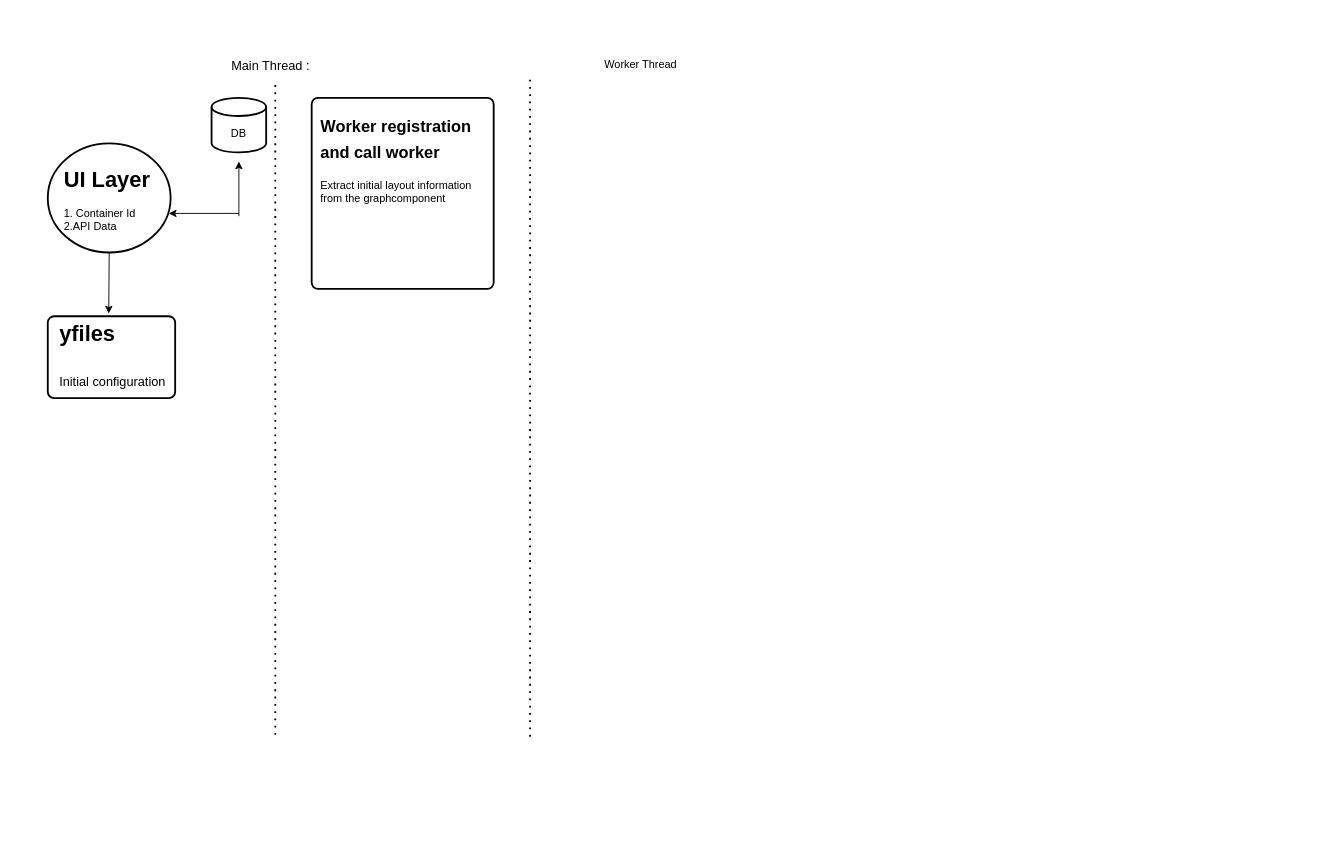
This is Untitled Diagram.drawio from AN321657/disqus, a draw.io file, before an edit. Source tidied: cells renumbered, new cells numbered last; positions are measured from the earlier drawing's top-left corner, leaving out a move shared by most shapes. Both pictures are drawn from the tidied source at 91%, with x=0, y=0 at pixel (47, 52).
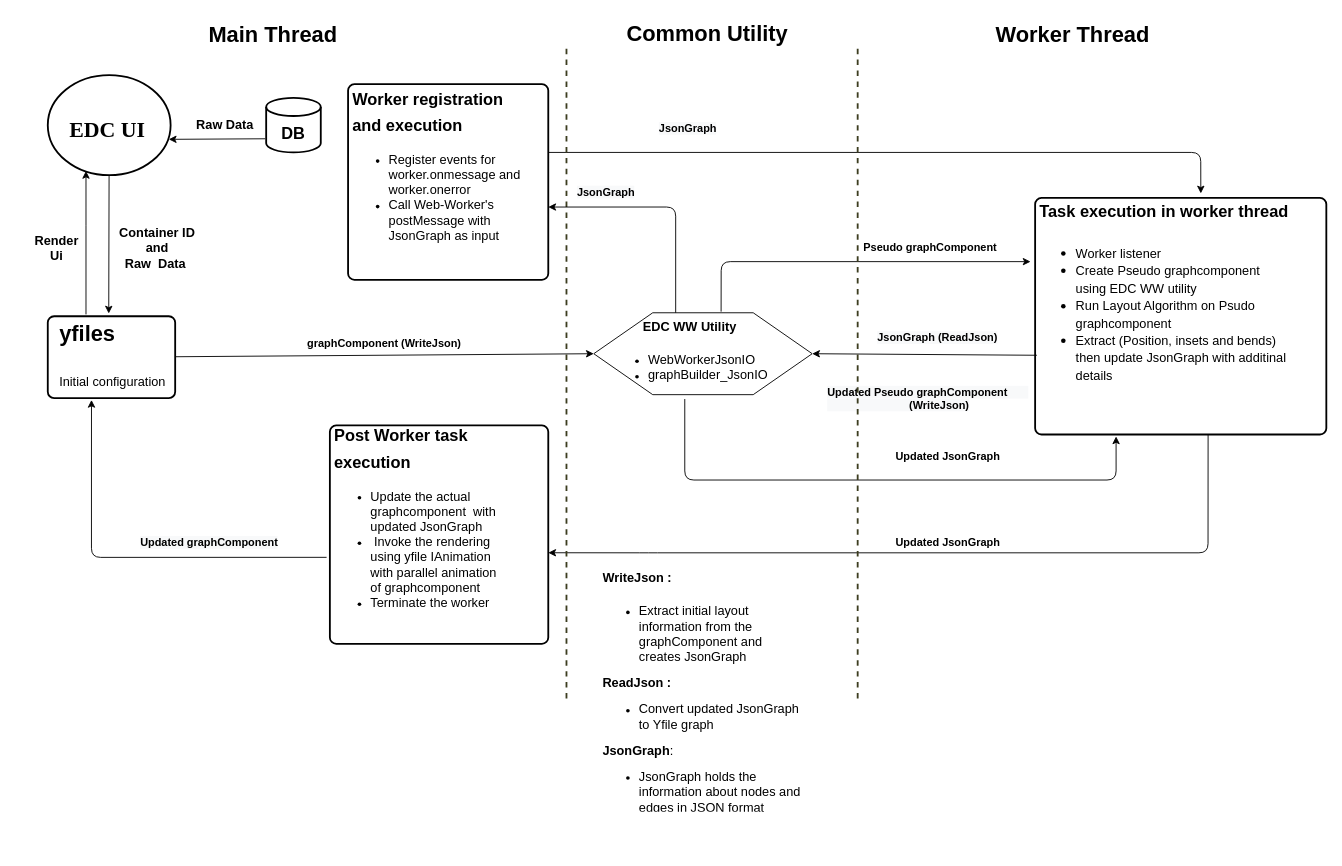
The same diagram, later.

The change refers to these unchanged cells:
```xml
<mxCell id="11" value="&lt;h1&gt;yfiles&lt;br&gt;&lt;br&gt;&lt;div style=&quot;box-sizing: border-box ; font-family: &amp;#34;segoe ui&amp;#34; , , &amp;#34;apple color emoji&amp;#34; , &amp;#34;segoe ui emoji&amp;#34; , sans-serif ; font-size: 14px ; font-weight: 400&quot;&gt;Initial configuration&lt;/div&gt;&lt;div style=&quot;box-sizing: border-box ; font-family: &amp;#34;segoe ui&amp;#34; , , &amp;#34;apple color emoji&amp;#34; , &amp;#34;segoe ui emoji&amp;#34; , sans-serif ; font-size: 14px ; font-weight: 400&quot;&gt;&lt;br&gt;&lt;/div&gt;&lt;/h1&gt;" style="text;html=1;strokeColor=none;fillColor=none;spacing=5;spacingTop=-20;whiteSpace=wrap;overflow=hidden;rounded=0;" parent="1" vertex="1">
  <mxGeometry x="7.5" y="290" width="132.5" height="90" as="geometry" />
</mxCell>
```

Change to the diagram source:
```diff
@@
-    <mxCell id="2" style="endArrow=none;dashed=1;html=1;dashPattern=1 3;strokeWidth=2;" parent="1" edge="1">
-      <mxGeometry relative="1" as="geometry">
-        <mxPoint x="250" y="750" as="sourcePoint" />
-        <mxPoint x="250" y="30" as="targetPoint" />
-      </mxGeometry>
-    </mxCell>
-    <mxCell id="3" style="endArrow=none;dashed=1;html=1;dashPattern=1 3;strokeWidth=2;" parent="1" edge="1">
-      <mxGeometry relative="1" as="geometry">
-        <mxPoint x="530" y="752" as="sourcePoint" />
-        <mxPoint x="530" y="30" as="targetPoint" />
-      </mxGeometry>
-    </mxCell>
-    <mxCell id="4" value="&lt;div style=&quot;text-align: center&quot;&gt;&lt;span&gt;&lt;font face=&quot;helvetica&quot;&gt;Worker Thread&lt;/font&gt;&lt;/span&gt;&lt;/div&gt;" style="text;whiteSpace=wrap;html=1;" parent="1" vertex="1">
-      <mxGeometry x="610" width="110" height="30" as="geometry" />
+    <mxCell id="4" value="&lt;div style=&quot;text-align: center&quot;&gt;&lt;span&gt;&lt;font face=&quot;helvetica&quot; style=&quot;font-size: 24px&quot;&gt;&lt;b&gt;Worker Thread&lt;/b&gt;&lt;/font&gt;&lt;/span&gt;&lt;/div&gt;" style="text;whiteSpace=wrap;html=1;" parent="1" vertex="1">
+      <mxGeometry x="1040" y="-40" width="230" height="30" as="geometry" />
     </mxCell>
     <mxCell id="5" style="strokeWidth=2;html=1;shape=mxgraph.flowchart.start_2;whiteSpace=wrap;" parent="1" vertex="1">
-      <mxGeometry y="100" width="135" height="120" as="geometry" />
+      <mxGeometry y="25" width="135" height="110" as="geometry" />
     </mxCell>
-    <mxCell id="6" value="&lt;div style=&quot;box-sizing: border-box; font-size: 14px; font-style: normal; font-weight: 400; letter-spacing: normal; text-indent: 0px; text-transform: none; word-spacing: 0px;&quot;&gt;Main Thread :&amp;nbsp;&lt;/div&gt;" style="text;whiteSpace=wrap;html=1;" parent="1" vertex="1">
-      <mxGeometry x="200" width="120" height="30" as="geometry" />
+    <mxCell id="6" value="&lt;div style=&quot;box-sizing: border-box ; font-style: normal ; letter-spacing: normal ; text-indent: 0px ; text-transform: none ; word-spacing: 0px&quot;&gt;&lt;font style=&quot;font-size: 24px&quot;&gt;&lt;b&gt;Main Thread&amp;nbsp;&lt;/b&gt;&lt;/font&gt;&lt;/div&gt;" style="text;whiteSpace=wrap;html=1;" parent="1" vertex="1">
+      <mxGeometry x="175" y="-40" width="220" height="30" as="geometry" />
     </mxCell>
@@
     <mxCell id="8" style="strokeWidth=2;html=1;shape=mxgraph.flowchart.database;whiteSpace=wrap;" parent="1" vertex="1">
-      <mxGeometry x="180" y="50" width="60" height="60" as="geometry" />
+      <mxGeometry x="240" y="50" width="60" height="60" as="geometry" />
     </mxCell>
-    <mxCell id="9" style="endArrow=classic;html=1;" parent="1" edge="1">
-      <mxGeometry relative="1" as="geometry">
-        <mxPoint x="210" y="180" as="sourcePoint" />
-        <mxPoint x="210" y="120" as="targetPoint" />
-      </mxGeometry>
-    </mxCell>
-    <mxCell id="10" style="endArrow=classic;html=1;entryX=0.985;entryY=0.642;entryDx=0;entryDy=0;entryPerimeter=0;" parent="1" edge="1" target="5">
-      <mxGeometry relative="1" as="geometry">
-        <mxPoint x="210" y="177" as="sourcePoint" />
-      </mxGeometry>
+    <mxCell id="10" style="endArrow=classic;html=1;entryX=0.985;entryY=0.642;entryDx=0;entryDy=0;entryPerimeter=0;exitX=-0.017;exitY=0.75;exitDx=0;exitDy=0;exitPerimeter=0;" parent="1" edge="1" source="8" target="5">
+      <mxGeometry relative="1" as="geometry" />
     </mxCell>
@@
-    <mxCell id="12" value="&lt;h1&gt;UI Layer&lt;/h1&gt;&lt;p&gt;&lt;span style=&quot;text-align: center&quot;&gt;1. Container Id&lt;/span&gt;&lt;br style=&quot;text-align: center&quot;&gt;&lt;span style=&quot;text-align: center&quot;&gt;2.API Data&amp;nbsp;&lt;/span&gt;&lt;br&gt;&lt;/p&gt;" style="text;html=1;strokeColor=none;fillColor=none;spacing=5;spacingTop=-20;whiteSpace=wrap;overflow=hidden;rounded=0;" parent="1" vertex="1">
-      <mxGeometry x="12.5" y="120" width="110" height="90" as="geometry" />
+    <mxCell id="12" value="&lt;h1&gt;&lt;font face=&quot;Times New Roman&quot;&gt;EDC UI&lt;/font&gt;&lt;/h1&gt;" style="text;html=1;strokeColor=none;fillColor=none;spacing=5;spacingTop=-20;whiteSpace=wrap;overflow=hidden;rounded=0;" parent="1" vertex="1">
+      <mxGeometry x="18.8" y="65" width="110" height="30" as="geometry" />
     </mxCell>
-    <mxCell id="13" value="DB" style="text;html=1;strokeColor=none;fillColor=none;align=center;verticalAlign=middle;whiteSpace=wrap;rounded=0;" parent="1" vertex="1">
-      <mxGeometry x="190" y="80" width="40" height="20" as="geometry" />
+    <mxCell id="13" value="&lt;b&gt;&lt;font style=&quot;font-size: 18px&quot;&gt;DB&lt;/font&gt;&lt;/b&gt;" style="text;html=1;strokeColor=none;fillColor=none;align=center;verticalAlign=middle;whiteSpace=wrap;rounded=0;" parent="1" vertex="1">
+      <mxGeometry x="250" y="80" width="40" height="20" as="geometry" />
     </mxCell>
-    <mxCell id="14" style="endArrow=classic;html=1;exitX=0.5;exitY=1;exitDx=0;exitDy=0;exitPerimeter=0;entryX=0.449;entryY=-0.033;entryDx=0;entryDy=0;entryPerimeter=0;" parent="1" edge="1" source="5" target="11">
+    <mxCell id="14" style="endArrow=classic;html=1;entryX=0.449;entryY=-0.033;entryDx=0;entryDy=0;entryPerimeter=0;" parent="1" edge="1" source="5" target="11">
       <mxGeometry relative="1" as="geometry" />
     </mxCell>
     <mxCell id="15" style="rounded=1;whiteSpace=wrap;html=1;absoluteArcSize=1;arcSize=14;strokeWidth=2;" parent="1" vertex="1">
-      <mxGeometry x="290" y="50" width="200" height="210" as="geometry" />
+      <mxGeometry x="330" y="35" width="220" height="215" as="geometry" />
     </mxCell>
-    <mxCell id="16" value="&lt;h1&gt;&lt;font style=&quot;font-size: 18px&quot;&gt;Worker registration and call worker&lt;/font&gt;&lt;/h1&gt;&lt;p&gt;Extract initial layout information from the graphcomponent&lt;/p&gt;" style="text;html=1;strokeColor=none;fillColor=none;spacing=5;spacingTop=-20;whiteSpace=wrap;overflow=hidden;rounded=0;" parent="1" vertex="1">
-      <mxGeometry x="295" y="60" width="200" height="180" as="geometry" />
+    <mxCell id="16" value="&lt;h1&gt;&lt;font style=&quot;font-size: 18px&quot;&gt;Worker registration and execution&lt;/font&gt;&lt;/h1&gt;&lt;p&gt;&lt;/p&gt;&lt;ul&gt;&lt;li&gt;&lt;font style=&quot;font-size: 14px&quot;&gt;Register events for worker.onmessage and worker.onerror&lt;/font&gt;&lt;/li&gt;&lt;li&gt;&lt;font style=&quot;font-size: 14px&quot;&gt;Call Web-Worker's postMessage with JsonGraph as input&amp;nbsp;&lt;/font&gt;&lt;/li&gt;&lt;/ul&gt;&lt;p&gt;&lt;/p&gt;" style="text;html=1;strokeColor=none;fillColor=none;spacing=5;spacingTop=-20;whiteSpace=wrap;overflow=hidden;rounded=0;" parent="1" vertex="1">
+      <mxGeometry x="330" y="30" width="200" height="205" as="geometry" />
     </mxCell>
+    <mxCell id="17" style="rounded=1;whiteSpace=wrap;html=1;absoluteArcSize=1;arcSize=14;strokeWidth=2;" parent="1" vertex="1">
+      <mxGeometry x="310" y="410" width="240" height="240" as="geometry" />
+    </mxCell>
+    <mxCell id="18" value="&lt;h1&gt;&lt;font style=&quot;font-size: 18px&quot;&gt;Post Worker task execution&lt;/font&gt;&lt;/h1&gt;&lt;p&gt;&lt;/p&gt;&lt;ul&gt;&lt;li&gt;&lt;div style=&quot;box-sizing: border-box&quot;&gt;&lt;font style=&quot;font-size: 14px&quot;&gt;Update the actual graphcomponent &amp;nbsp;with updated JsonGraph&lt;/font&gt;&lt;/div&gt;&lt;/li&gt;&lt;li&gt;&lt;div style=&quot;box-sizing: border-box&quot;&gt;&lt;font style=&quot;font-size: 14px&quot;&gt;&amp;nbsp;Invoke the rendering using yfile IAnimation with parallel animation of graphcomponent&lt;/font&gt;&lt;/div&gt;&lt;/li&gt;&lt;li&gt;&lt;div style=&quot;box-sizing: border-box&quot;&gt;&lt;div style=&quot;box-sizing: border-box&quot;&gt;&lt;font style=&quot;font-size: 14px&quot;&gt;Terminate the worker&lt;/font&gt;&lt;/div&gt;&lt;/div&gt;&lt;/li&gt;&lt;/ul&gt;&lt;p&gt;&lt;/p&gt;" style="text;html=1;strokeColor=none;fillColor=none;spacing=5;spacingTop=-20;whiteSpace=wrap;overflow=hidden;rounded=0;" parent="1" vertex="1">
+      <mxGeometry x="310" y="400" width="200" height="220" as="geometry" />
+    </mxCell>
+    <mxCell id="19" style="rounded=1;whiteSpace=wrap;html=1;absoluteArcSize=1;arcSize=14;strokeWidth=2;" parent="1" vertex="1">
+      <mxGeometry x="1085" y="160" width="320" height="260" as="geometry" />
+    </mxCell>
+    <mxCell id="20" style="verticalLabelPosition=bottom;verticalAlign=top;html=1;shape=hexagon;perimeter=hexagonPerimeter2;arcSize=6;size=0.27;" parent="1" vertex="1">
+      <mxGeometry x="600" y="286.2" width="240" height="90" as="geometry" />
+    </mxCell>
+    <mxCell id="21" value="&lt;b&gt;&lt;font style=&quot;font-size: 12px&quot;&gt;graphComponent (&lt;/font&gt;&lt;/b&gt;&lt;b style=&quot;font-family: &amp;#34;helvetica&amp;#34; ; text-align: left&quot;&gt;WriteJson)&lt;/b&gt;" style="text;html=1;strokeColor=none;fillColor=none;align=center;verticalAlign=middle;whiteSpace=wrap;rounded=0;" parent="1" vertex="1">
+      <mxGeometry x="250" y="310" width="240" height="20" as="geometry" />
+    </mxCell>
+    <mxCell id="22" style="endArrow=classic;html=1;entryX=0;entryY=0.5;entryDx=0;entryDy=0;" parent="1" edge="1" source="11" target="20">
+      <mxGeometry relative="1" as="geometry" />
+    </mxCell>
+    <mxCell id="23" value="&lt;span style=&quot;color: rgb(0 , 0 , 0) ; font-family: &amp;#34;helvetica&amp;#34; ; font-size: 12px ; font-style: normal ; letter-spacing: normal ; text-align: left ; text-indent: 0px ; text-transform: none ; word-spacing: 0px ; background-color: rgb(248 , 249 , 250) ; display: inline ; float: none&quot;&gt;&lt;b&gt;JsonGraph&lt;/b&gt;&lt;/span&gt;" style="text;whiteSpace=wrap;html=1;" parent="1" vertex="1">
+      <mxGeometry x="580" y="140" width="80" height="20" as="geometry" />
+    </mxCell>
+    <mxCell id="24" value="&lt;h1 style=&quot;color: rgb(0 , 0 , 0) ; font-family: &amp;#34;helvetica&amp;#34; ; font-style: normal ; letter-spacing: normal ; text-indent: 0px ; text-transform: none ; word-spacing: 0px ; background-color: rgb(248 , 249 , 250) ; text-align: center&quot;&gt;&lt;br&gt;&lt;/h1&gt;" style="text;whiteSpace=wrap;html=1;" parent="1" vertex="1">
+      <mxGeometry x="-35" y="810" width="130" height="30" as="geometry" />
+    </mxCell>
+    <mxCell id="25" style="endArrow=classic;html=1;entryX=0.569;entryY=-0.019;entryDx=0;entryDy=0;entryPerimeter=0;" parent="1" edge="1" target="19">
+      <mxGeometry relative="1" as="geometry">
+        <mxPoint x="550" y="110" as="sourcePoint" />
+        <Array as="points">
+          <mxPoint x="1267" y="110" />
+        </Array>
+      </mxGeometry>
+    </mxCell>
+    <mxCell id="26" value="&lt;span style=&quot;color: rgb(0 , 0 , 0) ; font-family: &amp;#34;helvetica&amp;#34; ; font-size: 12px ; font-style: normal ; letter-spacing: normal ; text-align: left ; text-indent: 0px ; text-transform: none ; word-spacing: 0px ; background-color: rgb(248 , 249 , 250) ; display: inline ; float: none&quot;&gt;&lt;b&gt;JsonGraph&lt;/b&gt;&lt;/span&gt;" style="text;whiteSpace=wrap;html=1;" parent="1" vertex="1">
+      <mxGeometry x="670" y="70" width="80" height="20" as="geometry" />
+    </mxCell>
+    <mxCell id="27" value="&lt;h1&gt;&lt;font style=&quot;font-size: 18px&quot;&gt;Task execution in worker thread&lt;/font&gt;&lt;/h1&gt;&lt;p&gt;&lt;/p&gt;&lt;ul&gt;&lt;li&gt;&lt;font style=&quot;font-size: 14px&quot;&gt;Worker listener&lt;/font&gt;&lt;/li&gt;&lt;li&gt;&lt;font style=&quot;font-size: 14px&quot;&gt;Create Pseudo graphcomponent using EDC WW utility&lt;/font&gt;&lt;/li&gt;&lt;li&gt;&lt;div style=&quot;box-sizing: border-box&quot;&gt;&lt;font style=&quot;font-size: 14px&quot;&gt;Run Layout Algorithm on Psudo graphcomponent&lt;/font&gt;&lt;/div&gt;&lt;/li&gt;&lt;li&gt;&lt;div style=&quot;box-sizing: border-box&quot;&gt;&lt;div style=&quot;box-sizing: border-box&quot;&gt;&lt;font style=&quot;font-size: 14px&quot;&gt;Extract (Position, insets and bends) then update JsonGraph with additinal details&lt;/font&gt;&lt;/div&gt;&lt;/div&gt;&lt;/li&gt;&lt;/ul&gt;&lt;p&gt;&lt;/p&gt;" style="text;html=1;strokeColor=none;fillColor=none;spacing=5;spacingTop=-20;whiteSpace=wrap;overflow=hidden;rounded=0;fontSize=16;" parent="1" vertex="1">
+      <mxGeometry x="1085" y="140" width="285" height="240" as="geometry" />
+    </mxCell>
+    <mxCell id="28" style="endArrow=classic;html=1;entryX=1;entryY=0.5;entryDx=0;entryDy=0;exitX=0.006;exitY=0.665;exitDx=0;exitDy=0;exitPerimeter=0;" parent="1" edge="1" source="19" target="20">
+      <mxGeometry relative="1" as="geometry" />
+    </mxCell>
+    <mxCell id="29" value="&lt;span style=&quot;color: rgb(0 , 0 , 0) ; font-family: &amp;#34;helvetica&amp;#34; ; font-size: 12px ; font-style: normal ; letter-spacing: normal ; text-align: left ; text-indent: 0px ; text-transform: none ; word-spacing: 0px ; background-color: rgb(248 , 249 , 250) ; display: inline ; float: none&quot;&gt;&lt;b&gt;JsonGraph (ReadJson)&lt;/b&gt;&lt;/span&gt;" style="text;whiteSpace=wrap;html=1;" parent="1" vertex="1">
+      <mxGeometry x="910" y="300" width="160" height="20" as="geometry" />
+    </mxCell>
+    <mxCell id="30" value="&lt;font face=&quot;helvetica&quot;&gt;&lt;b&gt;Pseudo&lt;/b&gt;&lt;/font&gt;&lt;b style=&quot;font-family: &amp;#34;helvetica&amp;#34;&quot;&gt;&amp;nbsp;graphComponent&lt;/b&gt;" style="text;html=1;strokeColor=none;fillColor=none;align=center;verticalAlign=middle;whiteSpace=wrap;rounded=0;" parent="1" vertex="1">
+      <mxGeometry x="890" y="205" width="160" height="20" as="geometry" />
+    </mxCell>
+    <mxCell id="31" value="&lt;span style=&quot;text-align: center ; text-indent: 0px ; background-color: rgb(248 , 249 , 250)&quot;&gt;&lt;font&gt;&lt;b style=&quot;color: rgb(0 , 0 , 0) ; font-family: &amp;#34;helvetica&amp;#34; ; font-size: 12px ; font-style: normal ; letter-spacing: normal ; text-transform: none ; word-spacing: 0px&quot;&gt;Updated &lt;/b&gt;&lt;font face=&quot;helvetica&quot;&gt;&lt;b&gt;Pseudo&lt;/b&gt;&lt;/font&gt;&lt;b style=&quot;color: rgb(0 , 0 , 0) ; font-family: &amp;#34;helvetica&amp;#34; ; font-size: 12px ; font-style: normal ; letter-spacing: normal ; text-transform: none ; word-spacing: 0px&quot;&gt;&amp;nbsp;graphComponent&amp;nbsp; &amp;nbsp; &amp;nbsp; &amp;nbsp; &amp;nbsp; &amp;nbsp; &amp;nbsp; &amp;nbsp; &amp;nbsp; &amp;nbsp; &amp;nbsp; &amp;nbsp; &amp;nbsp; &amp;nbsp; &amp;nbsp; &amp;nbsp; &amp;nbsp; &amp;nbsp;(WriteJson)&lt;/b&gt;&lt;/font&gt;&lt;/span&gt;" style="text;whiteSpace=wrap;html=1;" parent="1" vertex="1">
+      <mxGeometry x="855" y="360" width="230" height="40" as="geometry" />
+    </mxCell>
+    <mxCell id="32" style="endArrow=classic;html=1;entryX=1;entryY=0.583;entryDx=0;entryDy=0;entryPerimeter=0;exitX=0.594;exitY=1;exitDx=0;exitDy=0;exitPerimeter=0;" parent="1" edge="1" source="19" target="17">
+      <mxGeometry relative="1" as="geometry">
+        <Array as="points">
+          <mxPoint x="1275" y="550" />
+          <mxPoint x="660" y="550" />
+        </Array>
+      </mxGeometry>
+    </mxCell>
+    <mxCell id="33" value="&lt;b style=&quot;font-family: &amp;#34;helvetica&amp;#34;&quot;&gt;Updated JsonGraph&lt;/b&gt;" style="text;whiteSpace=wrap;html=1;" parent="1" vertex="1">
+      <mxGeometry x="930" y="525" width="140" height="20" as="geometry" />
+    </mxCell>
+    <mxCell id="34" style="endArrow=classic;html=1;entryX=0.278;entryY=1.008;entryDx=0;entryDy=0;entryPerimeter=0;" parent="1" edge="1" target="19">
+      <mxGeometry relative="1" as="geometry">
+        <mxPoint x="700" y="381" as="sourcePoint" />
+        <Array as="points">
+          <mxPoint x="700" y="470" />
+          <mxPoint x="1174" y="470" />
+        </Array>
+      </mxGeometry>
+    </mxCell>
+    <mxCell id="35" value="&lt;b style=&quot;color: rgb(0 , 0 , 0) ; font-family: &amp;#34;helvetica&amp;#34; ; font-size: 12px ; font-style: normal ; letter-spacing: normal ; text-align: left ; text-indent: 0px ; text-transform: none ; word-spacing: 0px&quot;&gt;Updated JsonGraph&lt;/b&gt;" style="text;whiteSpace=wrap;html=1;" parent="1" vertex="1">
+      <mxGeometry x="930" y="430" width="130" height="30" as="geometry" />
+    </mxCell>
+    <mxCell id="36" style="endArrow=classic;html=1;exitX=-0.015;exitY=0.604;exitDx=0;exitDy=0;exitPerimeter=0;entryX=0.306;entryY=1.022;entryDx=0;entryDy=0;entryPerimeter=0;" parent="1" edge="1" source="17" target="11">
+      <mxGeometry relative="1" as="geometry">
+        <Array as="points">
+          <mxPoint x="48" y="555" />
+        </Array>
+      </mxGeometry>
+    </mxCell>
+    <mxCell id="37" style="endArrow=classic;html=1;entryX=0.311;entryY=0.958;entryDx=0;entryDy=0;entryPerimeter=0;" parent="1" edge="1" target="5">
+      <mxGeometry relative="1" as="geometry">
+        <mxPoint x="42" y="288" as="sourcePoint" />
+        <Array as="points">
+          <mxPoint x="42" y="180" />
+        </Array>
+      </mxGeometry>
+    </mxCell>
+    <mxCell id="38" value="&lt;b style=&quot;color: rgb(0 , 0 , 0) ; font-size: 12px ; font-style: normal ; letter-spacing: normal ; text-indent: 0px ; text-transform: none ; word-spacing: 0px ; font-family: &amp;#34;helvetica&amp;#34; ; text-align: center ; background-color: rgb(248 , 249 , 250)&quot;&gt;&lt;font style=&quot;font-size: 12px&quot;&gt;Updated graphComponent&lt;/font&gt;&lt;/b&gt;" style="text;whiteSpace=wrap;html=1;" parent="1" vertex="1">
+      <mxGeometry x="100" y="525" width="170" height="30" as="geometry" />
+    </mxCell>
+    <mxCell id="39" style="endArrow=classic;html=1;exitX=0.583;exitY=-0.014;exitDx=0;exitDy=0;exitPerimeter=0;" parent="1" edge="1" source="20">
+      <mxGeometry relative="1" as="geometry">
+        <mxPoint x="1080" y="230" as="targetPoint" />
+        <Array as="points">
+          <mxPoint x="740" y="230" />
+        </Array>
+      </mxGeometry>
+    </mxCell>
+    <mxCell id="40" value="&lt;font style=&quot;font-size: 14px&quot;&gt;&lt;b&gt;&lt;span&gt;Container ID&lt;br&gt;and&lt;br&gt;&lt;/span&gt;&lt;span&gt;Raw&amp;nbsp; Data&amp;nbsp;&lt;/span&gt;&lt;/b&gt;&lt;/font&gt;" style="text;html=1;align=center;verticalAlign=middle;" parent="1" vertex="1">
+      <mxGeometry x="70" y="190" width="100" height="50" as="geometry" />
+    </mxCell>
+    <mxCell id="41" value="&lt;font style=&quot;font-size: 14px&quot;&gt;&lt;b&gt;Render Ui&lt;/b&gt;&lt;/font&gt;" style="text;html=1;strokeColor=none;fillColor=none;align=center;verticalAlign=middle;whiteSpace=wrap;rounded=0;" parent="1" vertex="1">
+      <mxGeometry x="-10" y="205" width="40" height="20" as="geometry" />
+    </mxCell>
+    <mxCell id="42" value="&lt;b&gt;&lt;font style=&quot;font-size: 14px&quot;&gt;Raw Data&lt;/font&gt;&lt;/b&gt;" style="text;html=1;strokeColor=none;fillColor=none;align=center;verticalAlign=middle;whiteSpace=wrap;rounded=0;" parent="1" vertex="1">
+      <mxGeometry x="160" y="70" width="70" height="20" as="geometry" />
+    </mxCell>
+    <mxCell id="43" style="endArrow=none;dashed=1;html=1;fillColor=#ffff88;strokeColor=#3C3D20;rounded=0;strokeWidth=2;" parent="1" edge="1">
+      <mxGeometry relative="1" as="geometry">
+        <mxPoint x="570" y="710" as="sourcePoint" />
+        <mxPoint x="570" y="-10" as="targetPoint" />
+      </mxGeometry>
+    </mxCell>
+    <mxCell id="44" style="endArrow=none;dashed=1;html=1;fillColor=#ffff88;strokeWidth=2;rounded=0;strokeColor=#3C3D20;" parent="1" edge="1">
+      <mxGeometry relative="1" as="geometry">
+        <mxPoint x="890" y="710" as="sourcePoint" />
+        <mxPoint x="890" y="-10" as="targetPoint" />
+      </mxGeometry>
+    </mxCell>
+    <mxCell id="45" value="&lt;b&gt;&lt;font style=&quot;font-size: 24px&quot;&gt;Common Utility&lt;/font&gt;&lt;/b&gt;" style="text;html=1;strokeColor=none;fillColor=none;align=center;verticalAlign=middle;whiteSpace=wrap;rounded=0;" parent="1" vertex="1">
+      <mxGeometry x="600" y="-30" width="250" height="20" as="geometry" />
+    </mxCell>
+    <mxCell id="46" style="endArrow=classic;html=1;entryX=1;entryY=0.628;entryDx=0;entryDy=0;entryPerimeter=0;exitX=0.375;exitY=0;exitDx=0;exitDy=0;" parent="1" edge="1" source="20" target="15">
+      <mxGeometry relative="1" as="geometry">
+        <Array as="points">
+          <mxPoint x="690" y="170" />
+        </Array>
+      </mxGeometry>
+    </mxCell>
+    <mxCell id="47" value="&lt;h1 style=&quot;text-align: center&quot;&gt;&lt;font style=&quot;font-size: 14px&quot;&gt;EDC WW Utility&lt;/font&gt;&lt;/h1&gt;&lt;p&gt;&lt;/p&gt;&lt;ul&gt;&lt;li&gt;&lt;font style=&quot;font-size: 14px&quot;&gt;WebWorkerJsonIO&lt;/font&gt;&lt;/li&gt;&lt;li&gt;&lt;font style=&quot;font-size: 14px&quot;&gt;graphBuilder_JsonIO&lt;/font&gt;&lt;/li&gt;&lt;/ul&gt;&lt;p&gt;&lt;/p&gt;" style="text;html=1;strokeColor=none;fillColor=none;spacing=5;spacingTop=-20;whiteSpace=wrap;overflow=hidden;rounded=0;" parent="1" vertex="1">
+      <mxGeometry x="615" y="279.4" width="210" height="103.8" as="geometry" />
+    </mxCell>
+    <mxCell id="48" value="&lt;h1&gt;&lt;font&gt;&lt;span style=&quot;font-family: &amp;#34;helvetica&amp;#34;&quot;&gt;&lt;font style=&quot;font-size: 14px&quot;&gt;WriteJson :&lt;/font&gt;&lt;/span&gt;&lt;br&gt;&lt;/font&gt;&lt;/h1&gt;&lt;div&gt;&lt;div&gt;&lt;ul&gt;&lt;li&gt;&lt;span style=&quot;font-size: 14px ; font-family: &amp;#34;helvetica&amp;#34;&quot;&gt;Extract initial layout information from the graphComponent and creates JsonGraph&lt;/span&gt;&lt;/li&gt;&lt;/ul&gt;&lt;div&gt;&lt;span style=&quot;font-family: &amp;#34;helvetica&amp;#34;&quot;&gt;&lt;b&gt;&lt;font style=&quot;font-size: 14px&quot;&gt;ReadJson :&lt;/font&gt;&lt;/b&gt;&lt;/span&gt;&lt;/div&gt;&lt;div&gt;&lt;ul&gt;&lt;li&gt;&lt;span style=&quot;font-family: &amp;#34;helvetica&amp;#34;&quot;&gt;&lt;font style=&quot;font-size: 14px&quot;&gt; Convert updated JsonGraph to Yfile graph&amp;nbsp;&lt;/font&gt;&lt;/span&gt;&lt;/li&gt;&lt;/ul&gt;&lt;div&gt;&lt;span style=&quot;font-family: &amp;#34;helvetica&amp;#34;&quot;&gt;&lt;font style=&quot;font-size: 14px&quot;&gt;&lt;b&gt;JsonGraph&lt;/b&gt;:&lt;/font&gt;&lt;/span&gt;&lt;/div&gt;&lt;div&gt;&lt;ul&gt;&lt;li&gt;&lt;span style=&quot;font-family: &amp;#34;helvetica&amp;#34;&quot;&gt;&lt;font style=&quot;font-size: 14px&quot;&gt;JsonGraph holds the information about nodes and edges in JSON format&lt;/font&gt;&lt;/span&gt;&lt;/li&gt;&lt;/ul&gt;&lt;/div&gt;&lt;/div&gt;&lt;/div&gt;&lt;/div&gt;" style="text;html=1;strokeColor=none;fillColor=none;spacing=5;spacingTop=-20;whiteSpace=wrap;overflow=hidden;rounded=0;" parent="1" vertex="1">
+      <mxGeometry x="605" y="555" width="230" height="280" as="geometry" />
+    </mxCell>
```
